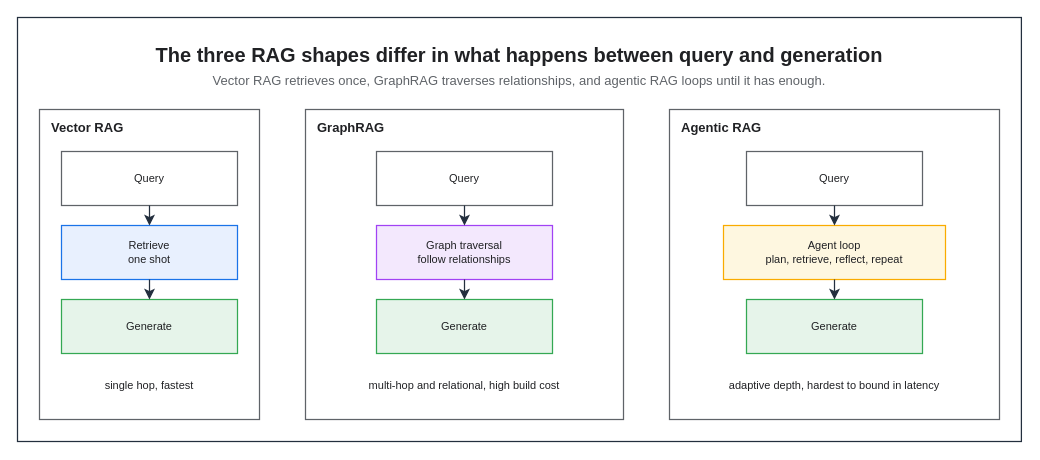
Before: assets/img/ai/rag-07-rag-variants.drawio in KKamJi98/kkamji98.github.io, a draw.io diagram. Source tidied: cells renumbered, new cells numbered last; positions are measured from the earlier drawing's top-left corner, leaving out a move shared by most shapes. Both pictures are drawn from the tidied source at 100%, with x=0, y=0 at pixel (17, 17).
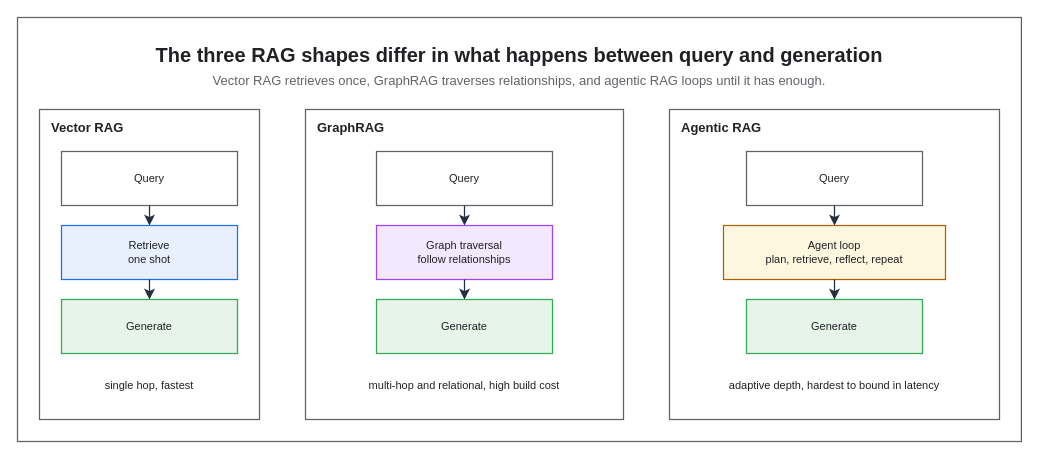
The same page after the edit.

The edit, as a diff of the source:
```diff
@@
-    <mxCell id="2" style="rounded=0;html=0;fillColor=none;strokeColor=#232F3E;fontColor=#202124;strokeWidth=1.25;" parent="1" vertex="1">
+    <mxCell id="2" style="rounded=0;html=0;fillColor=none;strokeColor=#5F6368;fontColor=#202124;strokeWidth=1.25;" parent="1" vertex="1">
       <mxGeometry width="1003.9" height="424" as="geometry" />
     </mxCell>
@@
-    <mxCell id="17" value="Agent loop&#10;plan, retrieve, reflect, repeat" style="rounded=0;whiteSpace=wrap;html=0;fillColor=#FEF7E0;strokeColor=#F9AB00;fontColor=#202124;fontSize=11;fontStyle=0;align=center;verticalAlign=middle;spacingLeft=6;spacingRight=6;strokeWidth=1.25;" parent="1" vertex="1">
+    <mxCell id="17" value="Agent loop&#10;plan, retrieve, reflect, repeat" style="rounded=0;whiteSpace=wrap;html=0;fillColor=#FEF7E0;strokeColor=#B06000;fontColor=#202124;fontSize=11;fontStyle=0;align=center;verticalAlign=middle;spacingLeft=6;spacingRight=6;strokeWidth=1.25;" parent="1" vertex="1">
       <mxGeometry x="706" y="208" width="222" height="54" as="geometry" />
     </mxCell>
```
